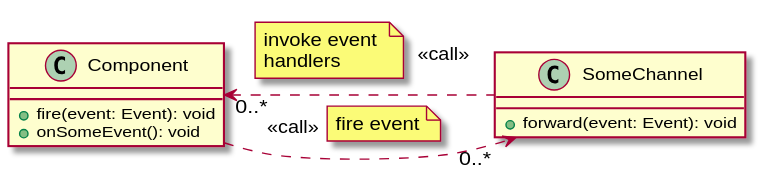
Earlier version of the PlantUML export javadoc/org/jgrapes/core/Component-Channel.svg (mnlipp/jgrapes).
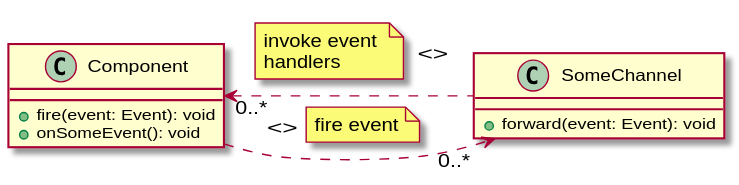
After the change.

Diff of the diagram source:
```diff
@@ -10,10 +10,10 @@
 
  Component -[hidden]right-> SomeChannel
 
- Component ..> "0..*" SomeChannel : <<call>>
+ Component ..> "0..*" SomeChannel : <>
  note right on link: fire event
 
- Component "0..*" <.. SomeChannel : <<call>>
+ Component "0..*" <.. SomeChannel : <>
  note left on link
  invoke event
  handlers
```
